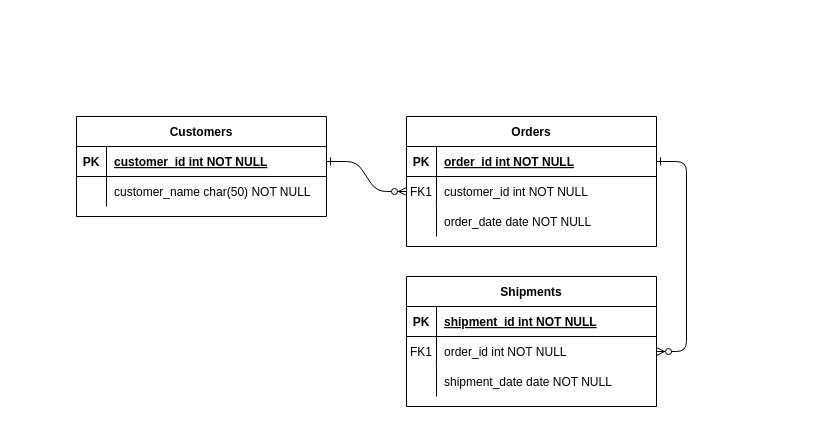
Before: Untitled Diagram.drawio in Khelil23/checkpoin_DB2, a draw.io diagram. Source tidied: cells renumbered, new cells numbered last; positions are measured from the earlier drawing's top-left corner, leaving out a move shared by most shapes. Both pictures are drawn from the tidied source at 100%, with x=0, y=0 at pixel (76, 116).
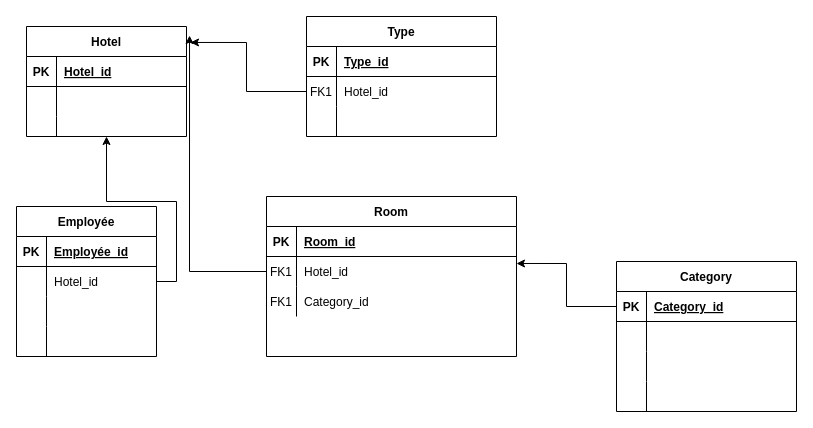
Above is the later version.

The change refers to these unchanged cells:
```xml
<mxCell id="15" style="shape=partialRectangle;fillColor=none;top=0;left=0;right=0;bottom=1;" parent="14" vertex="1">
  <mxGeometry y="30" width="250" height="30" as="geometry" />
</mxCell>
<mxCell id="18" style="shape=partialRectangle;fillColor=none;points=[[0,0.5],[1,0.5]];portConstraint=eastwest;top=0;left=0;right=0;bottom=0;" parent="14" vertex="1">
  <mxGeometry y="60" width="250" height="30" as="geometry" />
</mxCell>
<mxCell id="21" style="shape=partialRectangle;fillColor=none;top=0;left=0;right=0;bottom=0;" parent="14" vertex="1">
  <mxGeometry y="90" width="250" height="30" as="geometry" />
</mxCell>
```

Change to the diagram source:
```diff
@@
-    <mxCell id="2" style="edgeStyle=entityRelationEdgeStyle;endArrow=ERzeroToMany;startArrow=ERone;endFill=1;startFill=0;" parent="1" edge="1" source="25" target="8">
-      <mxGeometry relative="1" as="geometry" />
-    </mxCell>
-    <mxCell id="3" style="edgeStyle=entityRelationEdgeStyle;endArrow=ERzeroToMany;startArrow=ERone;endFill=1;startFill=0;" parent="1" edge="1" source="5" target="18">
-      <mxGeometry relative="1" as="geometry" />
-    </mxCell>
-    <mxCell id="4" value="Orders" style="shape=table;startSize=30;childLayout=tableLayout;rowLines=0;fontStyle=1;align=center;" parent="1" vertex="1">
-      <mxGeometry x="330" width="250" height="130" as="geometry" />
+    <mxCell id="4" value="Type" style="shape=table;startSize=30;childLayout=tableLayout;rowLines=0;fontStyle=1;align=center;" parent="1" vertex="1">
+      <mxGeometry x="230" y="-100" width="190" height="120" as="geometry" />
     </mxCell>
     <mxCell id="5" style="shape=partialRectangle;fillColor=none;points=[[0,0.5],[1,0.5]];portConstraint=eastwest;top=0;left=0;right=0;bottom=1;" parent="4" vertex="1">
-      <mxGeometry y="30" width="250" height="30" as="geometry" />
+      <mxGeometry y="30" width="190" height="30" as="geometry" />
     </mxCell>
@@
-    <mxCell id="7" value="order_id int NOT NULL " style="shape=partialRectangle;overflow=hidden;fillColor=none;top=0;left=0;bottom=0;right=0;align=left;spacingLeft=6;fontStyle=5;" parent="5" vertex="1">
-      <mxGeometry x="30" width="220" height="30" as="geometry" />
+    <mxCell id="7" value="Type_id" style="shape=partialRectangle;overflow=hidden;fillColor=none;top=0;left=0;bottom=0;right=0;align=left;spacingLeft=6;fontStyle=5;" parent="5" vertex="1">
+      <mxGeometry x="30" width="160" height="30" as="geometry" />
     </mxCell>
     <mxCell id="8" style="shape=partialRectangle;fillColor=none;points=[[0,0.5],[1,0.5]];portConstraint=eastwest;top=0;left=0;right=0;bottom=0;" parent="4" vertex="1">
-      <mxGeometry y="60" width="250" height="30" as="geometry" />
+      <mxGeometry y="60" width="190" height="30" as="geometry" />
     </mxCell>
@@
-    <mxCell id="10" value="customer_id int NOT NULL" style="shape=partialRectangle;overflow=hidden;fillColor=none;top=0;left=0;bottom=0;right=0;align=left;spacingLeft=6;" parent="8" vertex="1">
-      <mxGeometry x="30" width="220" height="30" as="geometry" />
+    <mxCell id="10" value="Hotel_id" style="shape=partialRectangle;overflow=hidden;fillColor=none;top=0;left=0;bottom=0;right=0;align=left;spacingLeft=6;" parent="8" vertex="1">
+      <mxGeometry x="30" width="160" height="30" as="geometry" />
     </mxCell>
     <mxCell id="11" style="shape=partialRectangle;fillColor=none;top=0;left=0;right=0;bottom=0;" parent="4" vertex="1">
-      <mxGeometry y="90" width="250" height="30" as="geometry" />
+      <mxGeometry y="90" width="190" height="30" as="geometry" />
     </mxCell>
@@
-    <mxCell id="13" value="order_date date NOT NULL" style="shape=partialRectangle;overflow=hidden;fillColor=none;top=0;left=0;bottom=0;right=0;align=left;spacingLeft=6;" parent="11" vertex="1">
-      <mxGeometry x="30" width="220" height="30" as="geometry" />
+    <mxCell id="13" style="shape=partialRectangle;overflow=hidden;fillColor=none;top=0;left=0;bottom=0;right=0;align=left;spacingLeft=6;" parent="11" vertex="1">
+      <mxGeometry x="30" width="160" height="30" as="geometry" />
     </mxCell>
-    <mxCell id="14" value="Shipments" style="shape=table;startSize=30;childLayout=tableLayout;rowLines=0;fontStyle=1;align=center;" parent="1" vertex="1">
-      <mxGeometry x="330" y="160" width="250" height="130" as="geometry" />
+    <mxCell id="14" value="Room" style="shape=table;startSize=30;childLayout=tableLayout;rowLines=0;fontStyle=1;align=center;" parent="1" vertex="1">
+      <mxGeometry x="190" y="80" width="250" height="160" as="geometry" />
     </mxCell>
@@
-    <mxCell id="17" value="shipment_id int NOT NULL " style="shape=partialRectangle;overflow=hidden;fillColor=none;top=0;left=0;bottom=0;right=0;align=left;spacingLeft=6;fontStyle=5;" parent="15" vertex="1">
+    <mxCell id="17" value="Room_id" style="shape=partialRectangle;overflow=hidden;fillColor=none;top=0;left=0;bottom=0;right=0;align=left;spacingLeft=6;fontStyle=5;" parent="15" vertex="1">
       <mxGeometry x="30" width="220" height="30" as="geometry" />
     </mxCell>
@@
-    <mxCell id="20" value="order_id int NOT NULL" style="shape=partialRectangle;overflow=hidden;fillColor=none;top=0;left=0;bottom=0;right=0;align=left;spacingLeft=6;" parent="18" vertex="1">
+    <mxCell id="20" value="Hotel_id" style="shape=partialRectangle;overflow=hidden;fillColor=none;top=0;left=0;bottom=0;right=0;align=left;spacingLeft=6;" parent="18" vertex="1">
       <mxGeometry x="30" width="220" height="30" as="geometry" />
     </mxCell>
@@
-    <mxCell id="22" style="shape=partialRectangle;overflow=hidden;fillColor=none;top=0;left=0;bottom=0;right=0;" parent="21" vertex="1">
-      <mxGeometry width="30" height="30" as="geometry" />
-    </mxCell>
-    <mxCell id="23" value="shipment_date date NOT NULL" style="shape=partialRectangle;overflow=hidden;fillColor=none;top=0;left=0;bottom=0;right=0;align=left;spacingLeft=6;" parent="21" vertex="1">
-      <mxGeometry x="30" width="220" height="30" as="geometry" />
-    </mxCell>
+    <mxCell id="31" value="FK1" style="shape=partialRectangle;overflow=hidden;fillColor=none;top=0;left=0;bottom=0;right=0;" parent="21" vertex="1">
+      <mxGeometry width="30" height="30" as="geometry" />
+    </mxCell>
+    <mxCell id="32" value="Category_id" style="shape=partialRectangle;overflow=hidden;fillColor=none;top=0;left=0;bottom=0;right=0;align=left;spacingLeft=6;" parent="21" vertex="1">
+      <mxGeometry x="30" width="220" height="30" as="geometry" />
+    </mxCell>
-    <mxCell id="24" value="Customers" style="shape=table;startSize=30;childLayout=tableLayout;rowLines=0;fontStyle=1;align=center;" parent="1" vertex="1">
-      <mxGeometry width="250" height="100" as="geometry" />
+    <mxCell id="24" value="Hotel" style="shape=table;startSize=30;childLayout=tableLayout;rowLines=0;fontStyle=1;align=center;" parent="1" vertex="1">
+      <mxGeometry x="-50" y="-90" width="160" height="110" as="geometry" />
     </mxCell>
     <mxCell id="25" style="shape=partialRectangle;fillColor=none;points=[[0,0.5],[1,0.5]];portConstraint=eastwest;top=0;left=0;right=0;bottom=1;" parent="24" vertex="1">
-      <mxGeometry y="30" width="250" height="30" as="geometry" />
+      <mxGeometry y="30" width="160" height="30" as="geometry" />
     </mxCell>
@@
-    <mxCell id="27" value="customer_id int NOT NULL " style="shape=partialRectangle;overflow=hidden;fillColor=none;top=0;left=0;bottom=0;right=0;align=left;spacingLeft=6;fontStyle=5;" parent="25" vertex="1">
-      <mxGeometry x="30" width="220" height="30" as="geometry" />
+    <mxCell id="27" value="Hotel_id" style="shape=partialRectangle;overflow=hidden;fillColor=none;top=0;left=0;bottom=0;right=0;align=left;spacingLeft=6;fontStyle=5;" parent="25" vertex="1">
+      <mxGeometry x="30" width="130" height="30" as="geometry" />
     </mxCell>
     <mxCell id="28" style="shape=partialRectangle;fillColor=none;top=0;left=0;right=0;bottom=0;" parent="24" vertex="1">
-      <mxGeometry y="60" width="250" height="30" as="geometry" />
+      <mxGeometry y="60" width="160" height="30" as="geometry" />
     </mxCell>
@@
-    <mxCell id="30" value="customer_name char(50) NOT NULL" style="shape=partialRectangle;overflow=hidden;fillColor=none;top=0;left=0;bottom=0;right=0;align=left;spacingLeft=6;" parent="28" vertex="1">
-      <mxGeometry x="30" width="220" height="30" as="geometry" />
+    <mxCell id="30" style="shape=partialRectangle;overflow=hidden;fillColor=none;top=0;left=0;bottom=0;right=0;align=left;spacingLeft=6;" parent="28" vertex="1">
+      <mxGeometry x="30" width="130" height="30" as="geometry" />
     </mxCell>
+    <mxCell id="33" style="shape=partialRectangle;fillColor=none;top=0;left=0;right=0;bottom=0;" parent="24" vertex="1">
+      <mxGeometry y="90" width="160" height="20" as="geometry" />
+    </mxCell>
+    <mxCell id="34" style="shape=partialRectangle;overflow=hidden;fillColor=none;top=0;left=0;bottom=0;right=0;" parent="33" vertex="1">
+      <mxGeometry width="30" height="20" as="geometry" />
+    </mxCell>
+    <mxCell id="35" style="shape=partialRectangle;overflow=hidden;fillColor=none;top=0;left=0;bottom=0;right=0;align=left;spacingLeft=6;" parent="33" vertex="1">
+      <mxGeometry x="30" width="130" height="20" as="geometry" />
+    </mxCell>
+    <mxCell id="36" value="Employée" style="shape=table;startSize=30;childLayout=tableLayout;rowLines=0;fontStyle=1;align=center;" parent="1" vertex="1">
+      <mxGeometry x="-60" y="90" width="140" height="150" as="geometry" />
+    </mxCell>
+    <mxCell id="37" style="shape=partialRectangle;fillColor=none;top=0;left=0;bottom=1;right=0;" parent="36" vertex="1">
+      <mxGeometry y="30" width="140" height="30" as="geometry" />
+    </mxCell>
+    <mxCell id="38" value="PK" style="shape=partialRectangle;fillColor=none;top=0;left=0;bottom=0;right=0;fontStyle=1;overflow=hidden;" parent="37" vertex="1">
+      <mxGeometry width="30" height="30" as="geometry" />
+    </mxCell>
+    <mxCell id="39" value="Employée_id" style="shape=partialRectangle;fillColor=none;top=0;left=0;bottom=0;right=0;align=left;spacingLeft=6;fontStyle=5;overflow=hidden;" parent="37" vertex="1">
+      <mxGeometry x="30" width="110" height="30" as="geometry" />
+    </mxCell>
+    <mxCell id="40" style="shape=partialRectangle;fillColor=none;top=0;left=0;bottom=0;right=0;points=[[0,0.5],[1,0.5]];portConstraint=eastwest;" parent="36" vertex="1">
+      <mxGeometry y="60" width="140" height="30" as="geometry" />
+    </mxCell>
+    <mxCell id="41" style="shape=partialRectangle;fillColor=none;top=0;left=0;bottom=0;right=0;overflow=hidden;" parent="40" vertex="1">
+      <mxGeometry width="30" height="30" as="geometry" />
+    </mxCell>
+    <mxCell id="42" value="Hotel_id" style="shape=partialRectangle;fillColor=none;top=0;left=0;bottom=0;right=0;align=left;spacingLeft=6;overflow=hidden;" parent="40" vertex="1">
+      <mxGeometry x="30" width="110" height="30" as="geometry" />
+    </mxCell>
+    <mxCell id="43" style="shape=partialRectangle;fillColor=none;top=0;left=0;bottom=0;right=0;" parent="36" vertex="1">
+      <mxGeometry y="90" width="140" height="30" as="geometry" />
+    </mxCell>
+    <mxCell id="44" style="shape=partialRectangle;fillColor=none;top=0;left=0;bottom=0;right=0;overflow=hidden;" parent="43" vertex="1">
+      <mxGeometry width="30" height="30" as="geometry" />
+    </mxCell>
+    <mxCell id="45" style="shape=partialRectangle;fillColor=none;top=0;left=0;bottom=0;right=0;align=left;spacingLeft=6;overflow=hidden;" parent="43" vertex="1">
+      <mxGeometry x="30" width="110" height="30" as="geometry" />
+    </mxCell>
+    <mxCell id="46" style="shape=partialRectangle;fillColor=none;top=0;left=0;bottom=0;right=0;" parent="36" vertex="1">
+      <mxGeometry y="120" width="140" height="30" as="geometry" />
+    </mxCell>
+    <mxCell id="47" style="shape=partialRectangle;fillColor=none;top=0;left=0;bottom=0;right=0;overflow=hidden;" parent="46" vertex="1">
+      <mxGeometry width="30" height="30" as="geometry" />
+    </mxCell>
+    <mxCell id="48" style="shape=partialRectangle;fillColor=none;top=0;left=0;bottom=0;right=0;align=left;spacingLeft=6;overflow=hidden;" parent="46" vertex="1">
+      <mxGeometry x="30" width="110" height="30" as="geometry" />
+    </mxCell>
+    <mxCell id="49" value="Category" style="shape=table;startSize=30;childLayout=tableLayout;rowLines=0;fontStyle=1;align=center;" parent="1" vertex="1">
+      <mxGeometry x="540" y="145" width="180" height="150" as="geometry" />
+    </mxCell>
+    <mxCell id="50" style="shape=partialRectangle;fillColor=none;top=0;left=0;bottom=1;right=0;points=[[0,0.5],[1,0.5]];portConstraint=eastwest;" parent="49" vertex="1">
+      <mxGeometry y="30" width="180" height="30" as="geometry" />
+    </mxCell>
+    <mxCell id="51" value="PK" style="shape=partialRectangle;fillColor=none;top=0;left=0;bottom=0;right=0;fontStyle=1;overflow=hidden;" parent="50" vertex="1">
+      <mxGeometry width="30" height="30" as="geometry" />
+    </mxCell>
+    <mxCell id="52" value="Category_id" style="shape=partialRectangle;fillColor=none;top=0;left=0;bottom=0;right=0;align=left;spacingLeft=6;fontStyle=5;overflow=hidden;" parent="50" vertex="1">
+      <mxGeometry x="30" width="150" height="30" as="geometry" />
+    </mxCell>
+    <mxCell id="53" style="shape=partialRectangle;fillColor=none;top=0;left=0;bottom=0;right=0;" parent="49" vertex="1">
+      <mxGeometry y="60" width="180" height="30" as="geometry" />
+    </mxCell>
+    <mxCell id="54" style="shape=partialRectangle;fillColor=none;top=0;left=0;bottom=0;right=0;overflow=hidden;" parent="53" vertex="1">
+      <mxGeometry width="30" height="30" as="geometry" />
+    </mxCell>
+    <mxCell id="55" style="shape=partialRectangle;fillColor=none;top=0;left=0;bottom=0;right=0;align=left;spacingLeft=6;overflow=hidden;" parent="53" vertex="1">
+      <mxGeometry x="30" width="150" height="30" as="geometry" />
+    </mxCell>
+    <mxCell id="56" style="shape=partialRectangle;fillColor=none;top=0;left=0;bottom=0;right=0;" parent="49" vertex="1">
+      <mxGeometry y="90" width="180" height="30" as="geometry" />
+    </mxCell>
+    <mxCell id="57" style="shape=partialRectangle;fillColor=none;top=0;left=0;bottom=0;right=0;overflow=hidden;" parent="56" vertex="1">
+      <mxGeometry width="30" height="30" as="geometry" />
+    </mxCell>
+    <mxCell id="58" style="shape=partialRectangle;fillColor=none;top=0;left=0;bottom=0;right=0;align=left;spacingLeft=6;overflow=hidden;" parent="56" vertex="1">
+      <mxGeometry x="30" width="150" height="30" as="geometry" />
+    </mxCell>
+    <mxCell id="59" style="shape=partialRectangle;fillColor=none;top=0;left=0;bottom=0;right=0;" parent="49" vertex="1">
+      <mxGeometry y="120" width="180" height="30" as="geometry" />
+    </mxCell>
+    <mxCell id="60" style="shape=partialRectangle;fillColor=none;top=0;left=0;bottom=0;right=0;overflow=hidden;" parent="59" vertex="1">
+      <mxGeometry width="30" height="30" as="geometry" />
+    </mxCell>
+    <mxCell id="61" style="shape=partialRectangle;fillColor=none;top=0;left=0;bottom=0;right=0;align=left;spacingLeft=6;overflow=hidden;" parent="59" vertex="1">
+      <mxGeometry x="30" width="150" height="30" as="geometry" />
+    </mxCell>
+    <mxCell id="62" style="edgeStyle=orthogonalEdgeStyle;rounded=0;jettySize=auto;html=1;exitX=0;exitY=0.5;exitDx=0;exitDy=0;entryX=1.025;entryY=0.145;entryDx=0;entryDy=0;entryPerimeter=0;" parent="1" edge="1" source="8" target="24">
+      <mxGeometry relative="1" as="geometry" />
+    </mxCell>
+    <mxCell id="63" style="edgeStyle=orthogonalEdgeStyle;rounded=0;jettySize=auto;html=1;exitX=1;exitY=0.5;exitDx=0;exitDy=0;" parent="1" edge="1" source="40" target="24">
+      <mxGeometry relative="1" as="geometry" />
+    </mxCell>
+    <mxCell id="64" style="edgeStyle=orthogonalEdgeStyle;rounded=0;jettySize=auto;html=1;exitX=0;exitY=0.5;exitDx=0;exitDy=0;entryX=1.019;entryY=0.082;entryDx=0;entryDy=0;entryPerimeter=0;" parent="1" edge="1" source="18" target="24">
+      <mxGeometry relative="1" as="geometry" />
+    </mxCell>
+    <mxCell id="65" style="edgeStyle=orthogonalEdgeStyle;rounded=0;jettySize=auto;html=1;exitX=0;exitY=0.5;exitDx=0;exitDy=0;entryX=1;entryY=0.233;entryDx=0;entryDy=0;entryPerimeter=0;" parent="1" edge="1" source="50" target="18">
+      <mxGeometry relative="1" as="geometry" />
+    </mxCell>
```
